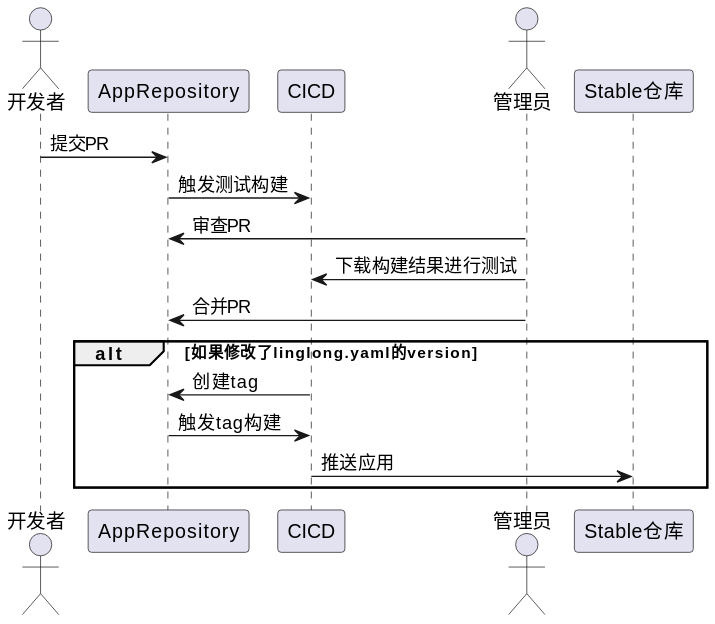
The PlantUML diagram push.svg in linglongdev/Repository-Manager, before a commit.
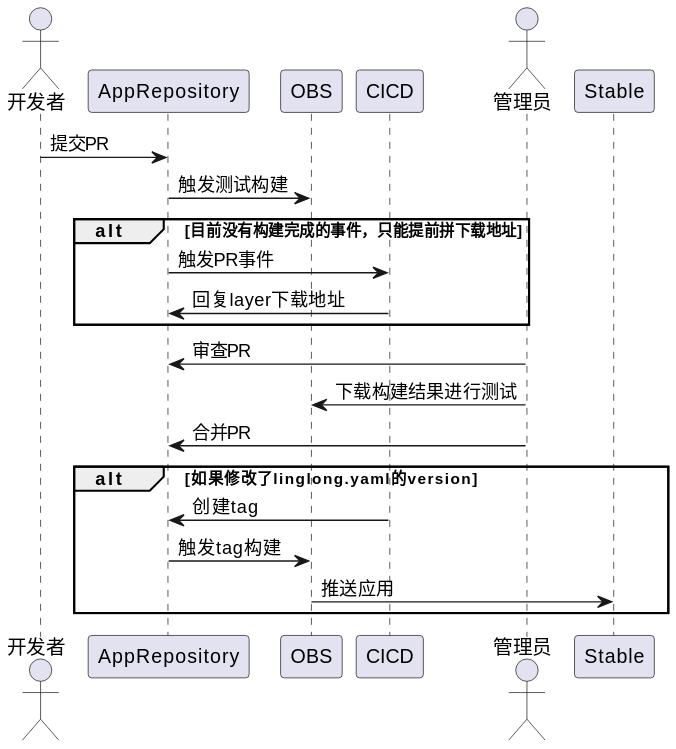
After the change.

Change to the diagram source:
```diff
@@ -1,15 +1,19 @@
 @startuml
 actor 开发者
 开发者 -> AppRepository: 提交PR
-AppRepository -> CICD: 触发测试构建
+AppRepository -> OBS: 触发测试构建
+alt 目前没有构建完成的事件，只能提前拼下载地址
+AppRepository -> CICD: 触发PR事件
+CICD -> AppRepository: 回复layer下载地址
+end
 actor 管理员
 管理员 -> AppRepository: 审查PR
-管理员 -> CICD: 下载构建结果进行测试
+管理员 -> OBS: 下载构建结果进行测试
 管理员 -> AppRepository: 合并PR
 
 alt 如果修改了linglong.yaml的version
 CICD -> AppRepository: 创建tag
-AppRepository -> CICD: 触发tag构建
-CICD -> Stable仓库: 推送应用
+AppRepository -> OBS: 触发tag构建
+OBS -> Stable: 推送应用
 end
 @enduml
```
